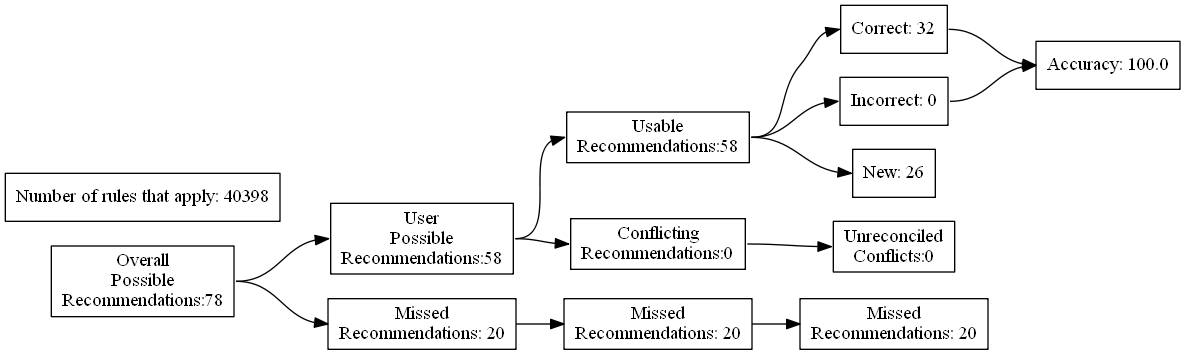
This is test_renders/54.gv.png from ZaxR/ibd_diet_analysis, a Graphviz export, as it was before one commit. Its source is kept beside it as test_renders/54.gv.
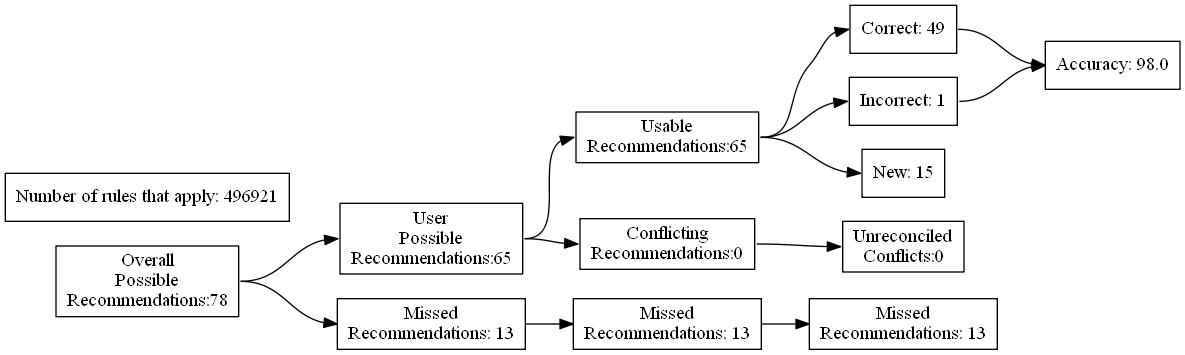
After the change.

The edit, as a diff of the source:
```diff
@@ -7,24 +7,24 @@
 Recommendations:78"]
 		B [label="User
 Possible
-Recommendations:58"]
+Recommendations:65"]
 		C [label="Missed
-Recommendations: 20"]
+Recommendations: 13"]
 		D [label="Usable
-Recommendations:58"]
+Recommendations:65"]
 		E [label="Conflicting
 Recommendations:0"]
 		J [label="Missed
-Recommendations: 20"]
+Recommendations: 13"]
 		M [label="Unreconciled
 Conflicts:0"]
-		F [label="Correct: 32"]
-		G [label="Incorrect: 0"]
-		H [label="New: 26"]
+		F [label="Correct: 49"]
+		G [label="Incorrect: 1"]
+		H [label="New: 15"]
 		K [label="Missed
-Recommendations: 20"]
-		I [label="Accuracy: 100.0"]
-		l [label="Number of rules that apply: 40398"]
+Recommendations: 13"]
+		I [label="Accuracy: 98.0"]
+		l [label="Number of rules that apply: 496921"]
 			A -> B
 			A -> C
 			B -> D
```
